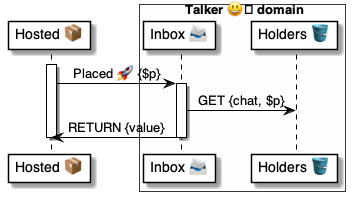
Earlier version of the PlantUML export 4 ⚙️ Solution/35 💬 Chats/Talkers 😃/😃🅰️ Talker methods/Placed 🧑‍💻🚀😃/😃 Placed ⚙️ uml.png (pollyweb-org/pollyweb-docs). Its source is kept beside it as 4 ⚙️ Solution/35 💬 Chats/Talkers 😃/😃🅰️ Talker methods/Placed 🧑‍💻🚀😃/😃 Placed ⚙️ uml.puml.
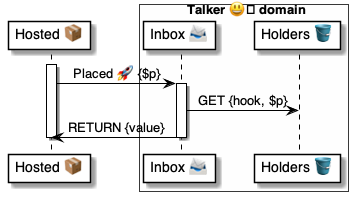
Later version of the same file.

The edit, as a diff of the source:
```diff
@@ -12,7 +12,7 @@
     hosted -> inbox: Placed 🚀 {$p}
 
     activate inbox
-        inbox -> holders: GET {chat, $p}
+        inbox -> holders: GET {hook, $p}
         inbox -> hosted: RETURN {value}
     deactivate inbox
 
```
